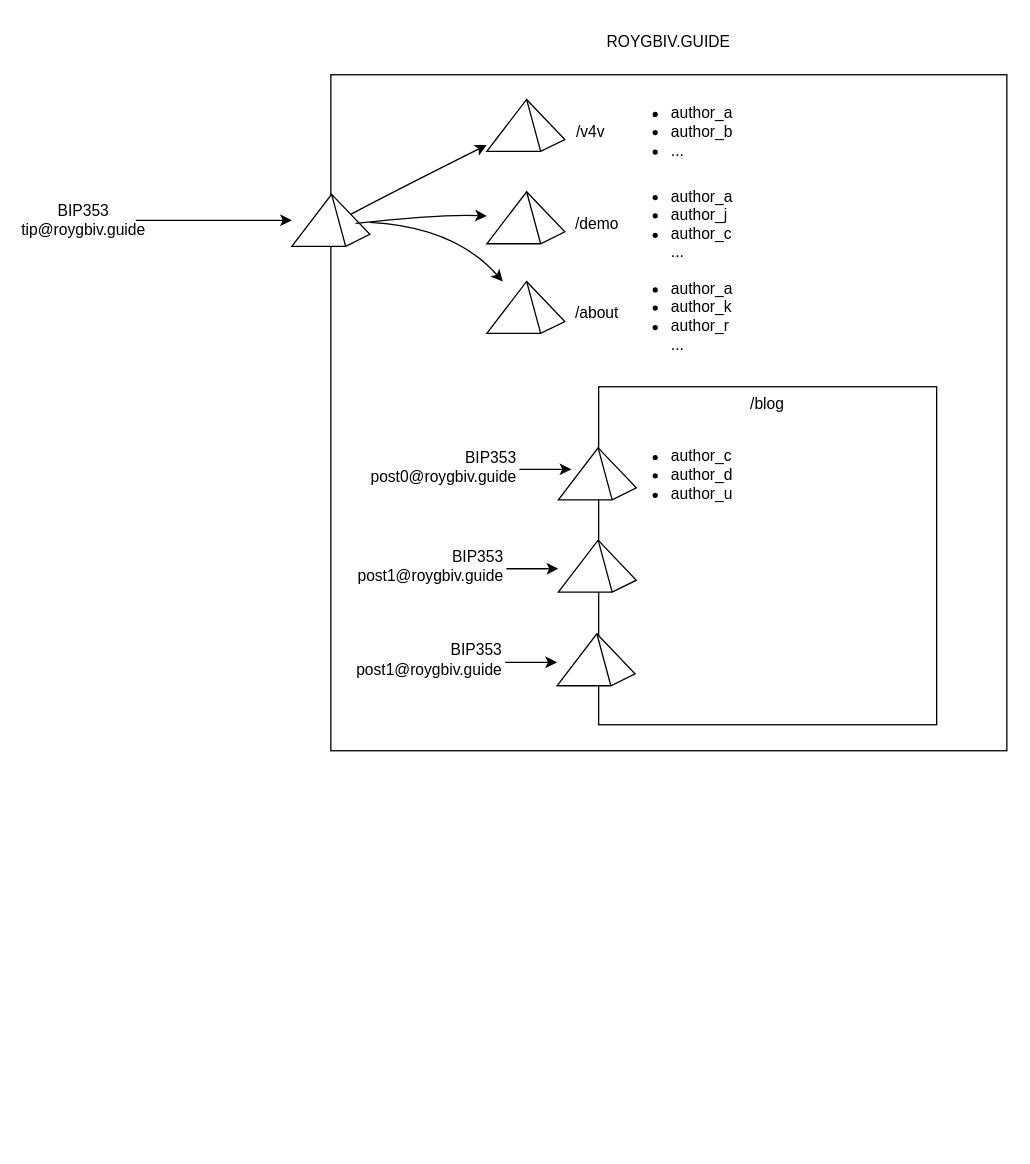
This is roygbiv-guide-v4v-prism.drawio from farscapian/roygbiv, a draw.io file, before an edit. Source tidied: cells renumbered, new cells numbered last; positions are measured from the earlier drawing's top-left corner, leaving out a move shared by most shapes. Both pictures are drawn from the tidied source at 130%, with x=0, y=0 at pixel (31, 22).
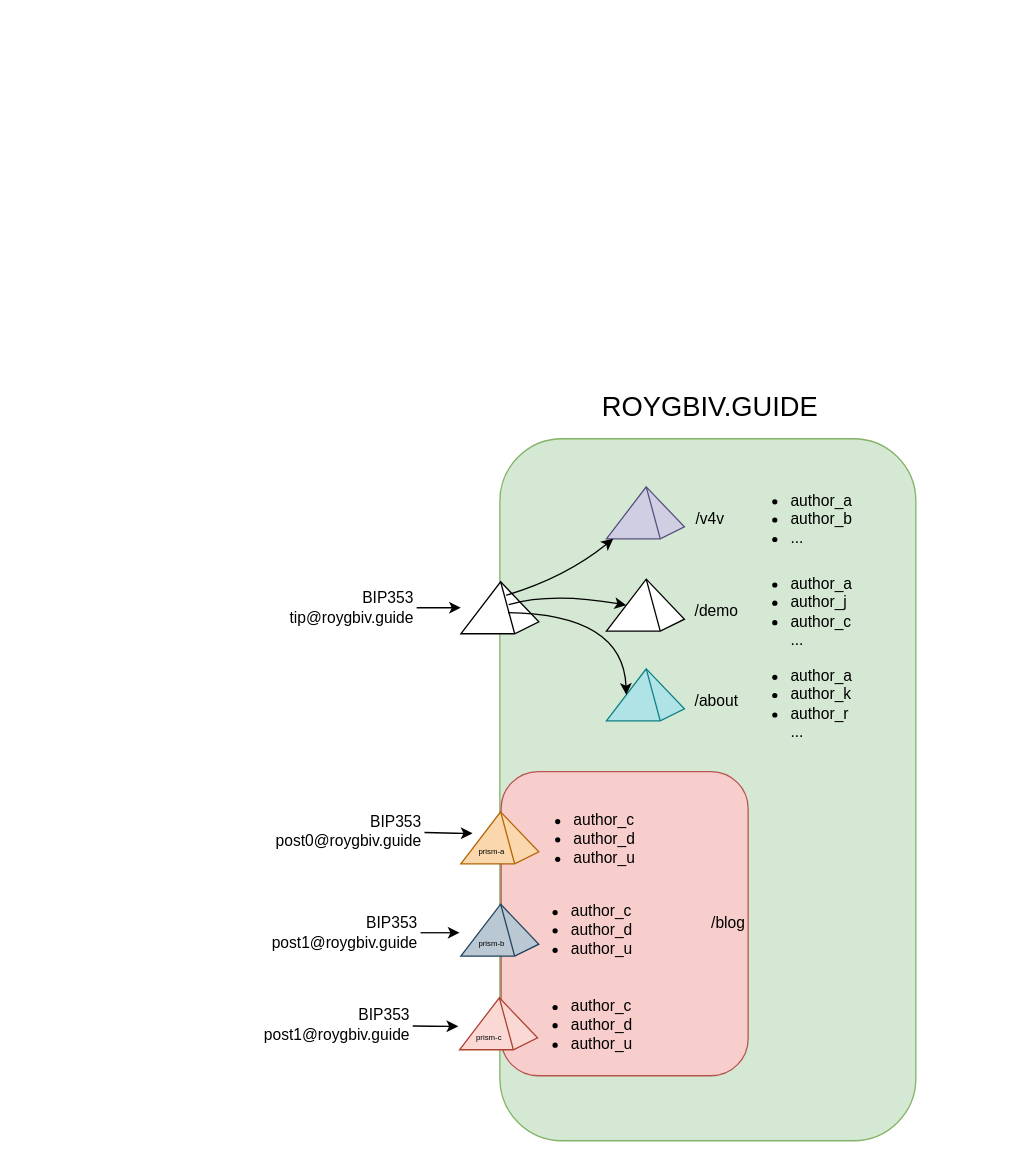
After the change.

The edit, as a diff of the source:
```diff
@@
-    <mxCell id="2" style="whiteSpace=wrap;html=1;" parent="1" vertex="1">
-      <mxGeometry x="230" y="40" width="520" height="520" as="geometry" />
-    </mxCell>
+    <mxCell id="30" style="rounded=1;whiteSpace=wrap;html=1;fillColor=#d5e8d4;strokeColor=#82b366;" parent="1" vertex="1">
+      <mxGeometry x="360" y="320" width="320" height="540" as="geometry" />
+    </mxCell>
     <mxCell id="3" style="verticalLabelPosition=bottom;verticalAlign=top;html=1;shape=mxgraph.basic.pyramid;dx1=0.51;dx2=0.69;dy1=1;dy2=0.77;" parent="1" vertex="1">
-      <mxGeometry x="200" y="132" width="60" height="40" as="geometry" />
+      <mxGeometry x="330" y="430" width="60" height="40" as="geometry" />
     </mxCell>
-    <mxCell id="4" value="ROYGBIV.GUIDE" style="text;html=1;align=center;verticalAlign=middle;whiteSpace=wrap;rounded=0;" parent="1" vertex="1">
-      <mxGeometry x="230" width="520" height="30" as="geometry" />
+    <mxCell id="4" value="ROYGBIV.GUIDE" style="text;html=1;align=center;verticalAlign=middle;whiteSpace=wrap;rounded=0;fontSize=21;" parent="1" vertex="1">
+      <mxGeometry x="362" y="280" width="320" height="30" as="geometry" />
     </mxCell>
-    <mxCell id="5" value="BIP353&lt;div&gt;tip@roygbiv.guide&lt;/div&gt;" style="text;html=1;align=center;verticalAlign=middle;whiteSpace=wrap;rounded=0;" parent="1" vertex="1">
-      <mxGeometry y="137" width="80" height="30" as="geometry" />
+    <mxCell id="5" value="BIP353&lt;div&gt;tip@roygbiv.guide&lt;/div&gt;" style="text;html=1;align=right;verticalAlign=middle;whiteSpace=wrap;rounded=0;" parent="1" vertex="1">
+      <mxGeometry x="216" y="435" width="80" height="30" as="geometry" />
     </mxCell>
     <mxCell id="6" style="curved=1;endArrow=classic;html=1;rounded=0;" parent="1" edge="1" source="5" target="3">
       <mxGeometry relative="1" as="geometry">
         <Array as="points">
-          <mxPoint x="180" y="152" />
+          <mxPoint x="310" y="450" />
         </Array>
       </mxGeometry>
     </mxCell>
-    <mxCell id="7" style="verticalLabelPosition=bottom;verticalAlign=top;html=1;shape=mxgraph.basic.pyramid;dx1=0.51;dx2=0.69;dy1=1;dy2=0.77;" parent="1" vertex="1">
-      <mxGeometry x="350" y="199" width="60" height="40" as="geometry" />
+    <mxCell id="7" style="verticalLabelPosition=bottom;verticalAlign=top;html=1;shape=mxgraph.basic.pyramid;dx1=0.51;dx2=0.69;dy1=1;dy2=0.77;fillColor=#b0e3e6;strokeColor=#0e8088;" parent="1" vertex="1">
+      <mxGeometry x="442" y="497" width="60" height="40" as="geometry" />
     </mxCell>
     <mxCell id="8" style="verticalLabelPosition=bottom;verticalAlign=top;html=1;shape=mxgraph.basic.pyramid;dx1=0.51;dx2=0.69;dy1=1;dy2=0.77;" parent="1" vertex="1">
-      <mxGeometry x="350" y="130" width="60" height="40" as="geometry" />
+      <mxGeometry x="442" y="428" width="60" height="40" as="geometry" />
     </mxCell>
-    <mxCell id="9" style="verticalLabelPosition=bottom;verticalAlign=top;html=1;shape=mxgraph.basic.pyramid;dx1=0.51;dx2=0.69;dy1=1;dy2=0.77;" parent="1" vertex="1">
-      <mxGeometry x="350" y="59" width="60" height="40" as="geometry" />
+    <mxCell id="9" style="verticalLabelPosition=bottom;verticalAlign=top;html=1;shape=mxgraph.basic.pyramid;dx1=0.51;dx2=0.69;dy1=1;dy2=0.77;fillColor=#d0cee2;strokeColor=#56517e;" parent="1" vertex="1">
+      <mxGeometry x="442" y="357" width="60" height="40" as="geometry" />
     </mxCell>
-    <mxCell id="10" style="curved=1;endArrow=classic;html=1;rounded=0;exitX=0;exitY=0;exitDx=45.3;exitDy=15.4;exitPerimeter=0;" parent="1" edge="1" source="3" target="9">
+    <mxCell id="10" style="curved=1;endArrow=classic;html=1;rounded=0;exitX=0.581;exitY=0.261;exitDx=0;exitDy=0;exitPerimeter=0;" parent="1" edge="1" source="3" target="9">
       <mxGeometry relative="1" as="geometry">
         <Array as="points">
-          <mxPoint x="280" y="129" />
+          <mxPoint x="410" y="427" />
         </Array>
       </mxGeometry>
     </mxCell>
-    <mxCell id="11" style="curved=1;endArrow=classic;html=1;rounded=0;exitX=0.817;exitY=0.557;exitDx=0;exitDy=0;exitPerimeter=0;" parent="1" edge="1" source="3" target="8">
+    <mxCell id="11" style="curved=1;endArrow=classic;html=1;rounded=0;entryX=0;entryY=0;entryDx=15.3;entryDy=20;entryPerimeter=0;exitX=0.613;exitY=0.439;exitDx=0;exitDy=0;exitPerimeter=0;" parent="1" edge="1" source="3" target="8">
       <mxGeometry relative="1" as="geometry">
         <Array as="points">
-          <mxPoint x="315" y="147" />
+          <mxPoint x="400" y="438" />
         </Array>
       </mxGeometry>
     </mxCell>
-    <mxCell id="12" style="curved=1;endArrow=classic;html=1;rounded=0;" parent="1" edge="1" source="3" target="7">
+    <mxCell id="12" style="curved=1;endArrow=classic;html=1;rounded=0;exitX=0.605;exitY=0.594;exitDx=0;exitDy=0;exitPerimeter=0;entryX=0;entryY=0;entryDx=15.3;entryDy=20;entryPerimeter=0;" parent="1" edge="1" source="3" target="7">
       <mxGeometry relative="1" as="geometry">
         <Array as="points">
-          <mxPoint x="325" y="157" />
+          <mxPoint x="455" y="455" />
         </Array>
       </mxGeometry>
     </mxCell>
-    <mxCell id="13" value="/blog" style="whiteSpace=wrap;html=1;verticalAlign=top;horizontal=1;" parent="1" vertex="1">
-      <mxGeometry x="436" y="280" width="260" height="260" as="geometry" />
-    </mxCell>
     <mxCell id="14" value="BIP353&lt;div&gt;post1@roygbiv.guide&lt;/div&gt;" style="text;html=1;align=right;verticalAlign=middle;whiteSpace=wrap;rounded=0;" parent="1" vertex="1">
-      <mxGeometry x="285" y="403.5" width="80" height="29" as="geometry" />
+      <mxGeometry x="219" y="685.5" width="80" height="29" as="geometry" />
     </mxCell>
-    <mxCell id="15" style="curved=1;endArrow=classic;html=1;rounded=0;" parent="1" edge="1">
+    <mxCell id="15" style="curved=1;endArrow=classic;html=1;rounded=0;" parent="1" edge="1" source="14">
       <mxGeometry relative="1" as="geometry">
-        <mxPoint x="365" y="420" as="sourcePoint" />
-        <mxPoint x="405" y="420" as="targetPoint" />
+        <mxPoint x="329" y="700" as="targetPoint" />
         <Array as="points">
-          <mxPoint x="385" y="420" />
+          <mxPoint x="309" y="700" />
         </Array>
       </mxGeometry>
     </mxCell>
-    <mxCell id="16" style="verticalLabelPosition=bottom;verticalAlign=top;html=1;shape=mxgraph.basic.pyramid;dx1=0.51;dx2=0.69;dy1=1;dy2=0.77;" parent="1" vertex="1">
-      <mxGeometry x="405" y="398" width="60" height="40" as="geometry" />
-    </mxCell>
-    <mxCell id="17" style="verticalLabelPosition=bottom;verticalAlign=top;html=1;shape=mxgraph.basic.pyramid;dx1=0.51;dx2=0.69;dy1=1;dy2=0.77;" parent="1" vertex="1">
-      <mxGeometry x="405" y="327" width="60" height="40" as="geometry" />
-    </mxCell>
     <mxCell id="18" value="BIP353&lt;div&gt;post0@roygbiv.guide&lt;/div&gt;" style="text;html=1;align=right;verticalAlign=middle;whiteSpace=wrap;rounded=0;" parent="1" vertex="1">
-      <mxGeometry x="295" y="327" width="80" height="29" as="geometry" />
+      <mxGeometry x="222" y="607" width="80" height="29" as="geometry" />
     </mxCell>
-    <mxCell id="19" style="curved=1;endArrow=classic;html=1;rounded=0;" parent="1" edge="1">
+    <mxCell id="19" style="curved=1;endArrow=classic;html=1;rounded=0;" parent="1" edge="1" source="18">
       <mxGeometry relative="1" as="geometry">
-        <mxPoint x="375" y="343.5" as="sourcePoint" />
-        <mxPoint x="415" y="343.5" as="targetPoint" />
+        <mxPoint x="339" y="623.5" as="targetPoint" />
         <Array as="points">
-          <mxPoint x="395" y="343.5" />
+          <mxPoint x="319" y="623.5" />
         </Array>
       </mxGeometry>
     </mxCell>
     <mxCell id="20" value="BIP353&lt;div&gt;post1@roygbiv.guide&lt;/div&gt;" style="text;html=1;align=right;verticalAlign=middle;whiteSpace=wrap;rounded=0;" parent="1" vertex="1">
-      <mxGeometry x="284" y="475.5" width="80" height="29" as="geometry" />
+      <mxGeometry x="213" y="756.5" width="80" height="29" as="geometry" />
     </mxCell>
-    <mxCell id="21" style="curved=1;endArrow=classic;html=1;rounded=0;" parent="1" edge="1">
+    <mxCell id="21" style="curved=1;endArrow=classic;html=1;rounded=0;" parent="1" edge="1" source="20">
       <mxGeometry relative="1" as="geometry">
-        <mxPoint x="364" y="492" as="sourcePoint" />
-        <mxPoint x="404" y="492" as="targetPoint" />
+        <mxPoint x="328" y="772" as="targetPoint" />
         <Array as="points">
-          <mxPoint x="384" y="492" />
+          <mxPoint x="308" y="772" />
         </Array>
       </mxGeometry>
     </mxCell>
-    <mxCell id="22" style="verticalLabelPosition=bottom;verticalAlign=top;html=1;shape=mxgraph.basic.pyramid;dx1=0.51;dx2=0.69;dy1=1;dy2=0.77;" parent="1" vertex="1">
-      <mxGeometry x="404" y="470" width="60" height="40" as="geometry" />
-    </mxCell>
     <mxCell id="23" value="/about" style="text;html=1;align=center;verticalAlign=middle;whiteSpace=wrap;rounded=0;" parent="1" vertex="1">
-      <mxGeometry x="405" y="209" width="60" height="30" as="geometry" />
+      <mxGeometry x="497" y="507" width="60" height="30" as="geometry" />
     </mxCell>
     <mxCell id="24" value="/demo" style="text;html=1;align=center;verticalAlign=middle;whiteSpace=wrap;rounded=0;" parent="1" vertex="1">
-      <mxGeometry x="405" y="140" width="60" height="30" as="geometry" />
+      <mxGeometry x="497" y="438" width="60" height="30" as="geometry" />
     </mxCell>
     <mxCell id="25" value="/v4v" style="text;html=1;align=center;verticalAlign=middle;whiteSpace=wrap;rounded=0;" parent="1" vertex="1">
-      <mxGeometry x="400" y="69" width="60" height="30" as="geometry" />
+      <mxGeometry x="492" y="367" width="60" height="30" as="geometry" />
     </mxCell>
-    <mxCell id="26" value="&lt;ul&gt;&lt;li&gt;author_c&lt;/li&gt;&lt;li&gt;author_d&lt;/li&gt;&lt;li&gt;author_u&lt;/li&gt;&lt;/ul&gt;" style="text;html=1;align=left;verticalAlign=middle;whiteSpace=wrap;rounded=0;" parent="1" vertex="1">
-      <mxGeometry x="450" y="333" width="120" height="30" as="geometry" />
-    </mxCell>
+    <mxCell id="13" value="/blog" style="rounded=1;whiteSpace=wrap;html=1;fillColor=#f8cecc;strokeColor=#b85450;align=right;" parent="1" vertex="1">
+      <mxGeometry x="361" y="576" width="190" height="234" as="geometry" />
+    </mxCell>
     <mxCell id="27" value="&lt;ul&gt;&lt;li&gt;author_a&lt;/li&gt;&lt;li&gt;author_k&lt;/li&gt;&lt;li&gt;author_r&lt;br&gt;...&lt;/li&gt;&lt;/ul&gt;" style="text;html=1;align=left;verticalAlign=middle;whiteSpace=wrap;rounded=0;" parent="1" vertex="1">
-      <mxGeometry x="450" y="211" width="120" height="30" as="geometry" />
+      <mxGeometry x="542" y="509" width="120" height="30" as="geometry" />
     </mxCell>
     <mxCell id="28" value="&lt;ul&gt;&lt;li&gt;author_a&lt;/li&gt;&lt;li&gt;author_j&lt;/li&gt;&lt;li&gt;author_c&lt;br&gt;...&lt;/li&gt;&lt;/ul&gt;" style="text;html=1;align=left;verticalAlign=middle;whiteSpace=wrap;rounded=0;" parent="1" vertex="1">
-      <mxGeometry x="450" y="140" width="120" height="30" as="geometry" />
+      <mxGeometry x="542" y="438" width="120" height="30" as="geometry" />
     </mxCell>
     <mxCell id="29" value="&lt;ul&gt;&lt;li&gt;author_a&lt;/li&gt;&lt;li&gt;author_b&lt;/li&gt;&lt;li&gt;...&lt;/li&gt;&lt;/ul&gt;" style="text;html=1;align=left;verticalAlign=middle;whiteSpace=wrap;rounded=0;" parent="1" vertex="1">
-      <mxGeometry x="450" y="69" width="120" height="30" as="geometry" />
+      <mxGeometry x="542" y="367" width="120" height="30" as="geometry" />
     </mxCell>
+    <mxCell id="16" style="verticalLabelPosition=bottom;verticalAlign=top;html=1;shape=mxgraph.basic.pyramid;dx1=0.51;dx2=0.69;dy1=1;dy2=0.77;fillColor=#bac8d3;strokeColor=#23445d;" parent="1" vertex="1">
+      <mxGeometry x="330" y="678" width="60" height="40" as="geometry" />
+    </mxCell>
+    <mxCell id="17" style="verticalLabelPosition=bottom;verticalAlign=top;html=1;shape=mxgraph.basic.pyramid;dx1=0.51;dx2=0.69;dy1=1;dy2=0.77;fillColor=#fad7ac;strokeColor=#b46504;" parent="1" vertex="1">
+      <mxGeometry x="330" y="607" width="60" height="40" as="geometry" />
+    </mxCell>
+    <mxCell id="22" style="verticalLabelPosition=bottom;verticalAlign=top;html=1;shape=mxgraph.basic.pyramid;dx1=0.51;dx2=0.69;dy1=1;dy2=0.77;fillColor=#fad9d5;strokeColor=#ae4132;" parent="1" vertex="1">
+      <mxGeometry x="329" y="750" width="60" height="40" as="geometry" />
+    </mxCell>
+    <mxCell id="26" value="&lt;ul&gt;&lt;li&gt;author_c&lt;/li&gt;&lt;li&gt;author_d&lt;/li&gt;&lt;li&gt;author_u&lt;/li&gt;&lt;/ul&gt;" style="text;html=1;align=left;verticalAlign=middle;whiteSpace=wrap;rounded=0;" parent="1" vertex="1">
+      <mxGeometry x="375" y="613" width="120" height="30" as="geometry" />
+    </mxCell>
+    <mxCell id="31" value="&lt;ul&gt;&lt;li&gt;author_c&lt;/li&gt;&lt;li&gt;author_d&lt;/li&gt;&lt;li&gt;author_u&lt;/li&gt;&lt;/ul&gt;" style="text;html=1;align=left;verticalAlign=middle;whiteSpace=wrap;rounded=0;" parent="1" vertex="1">
+      <mxGeometry x="373" y="683" width="120" height="30" as="geometry" />
+    </mxCell>
+    <mxCell id="32" value="&lt;ul&gt;&lt;li&gt;author_c&lt;/li&gt;&lt;li&gt;author_d&lt;/li&gt;&lt;li&gt;author_u&lt;/li&gt;&lt;/ul&gt;" style="text;html=1;align=left;verticalAlign=middle;whiteSpace=wrap;rounded=0;" parent="1" vertex="1">
+      <mxGeometry x="373" y="755.5" width="120" height="30" as="geometry" />
+    </mxCell>
+    <mxCell id="33" value="prism-a" style="text;html=1;align=center;verticalAlign=middle;whiteSpace=wrap;rounded=0;fontSize=6;" parent="1" vertex="1">
+      <mxGeometry x="324" y="623" width="60" height="30" as="geometry" />
+    </mxCell>
+    <mxCell id="34" value="prism-b" style="text;html=1;align=center;verticalAlign=middle;whiteSpace=wrap;rounded=0;fontSize=6;" parent="1" vertex="1">
+      <mxGeometry x="324" y="694" width="60" height="30" as="geometry" />
+    </mxCell>
+    <mxCell id="35" value="prism-c" style="text;html=1;align=center;verticalAlign=middle;whiteSpace=wrap;rounded=0;fontSize=6;" parent="1" vertex="1">
+      <mxGeometry x="322" y="766" width="60" height="30" as="geometry" />
+    </mxCell>
```
